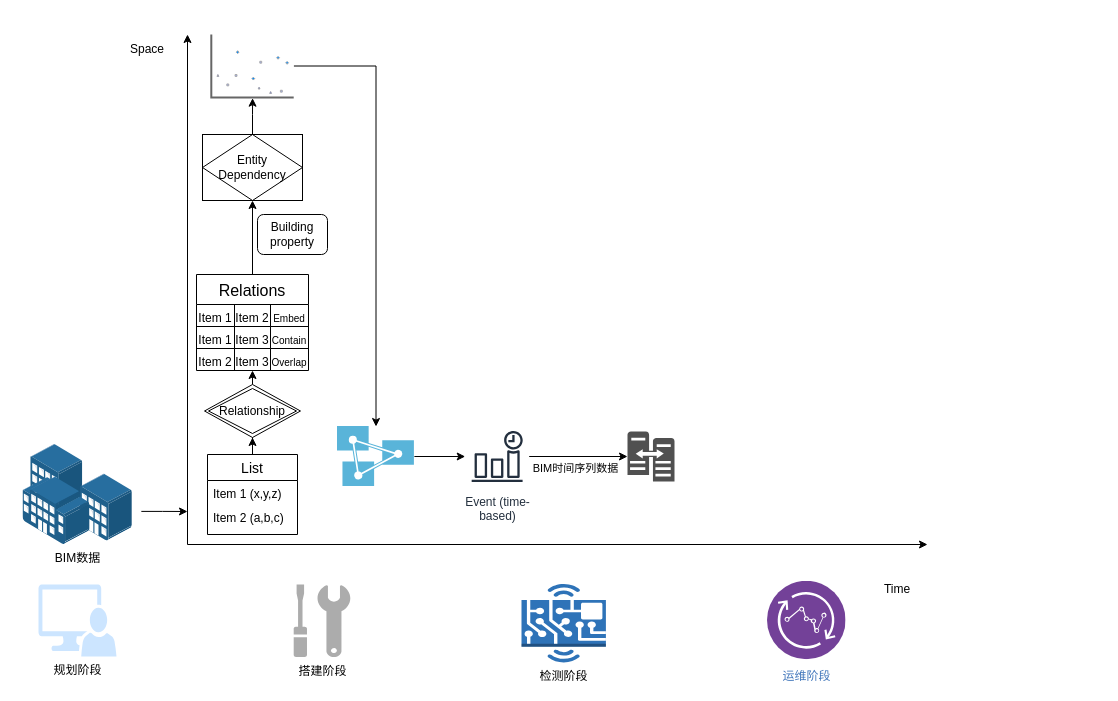
Earlier version of the draw.io diagram new.drawio (Student-WangZhengTao/LLM). Source tidied: cells renumbered, new cells numbered last; positions are measured from the earlier drawing's top-left corner, leaving out a move shared by most shapes. Both pictures are drawn from the tidied source at 100%, with x=0, y=0 at pixel (17, 34). Pictures stored in the file or linked from it are replaced by grey dashed boxes.
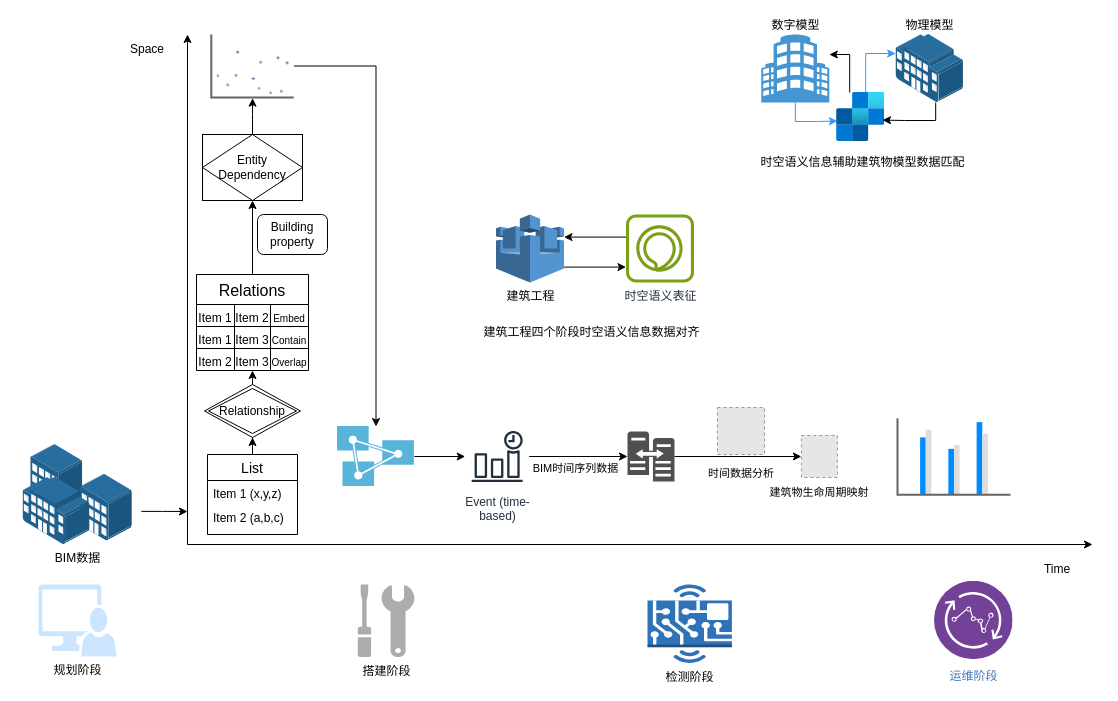
The same diagram, later.

Unchanged cells that the change refers to:
```xml
<mxCell id="38" style="sketch=0;shadow=0;dashed=0;html=1;strokeColor=none;labelPosition=center;verticalLabelPosition=bottom;verticalAlign=top;align=center;fillColor=#505050;shape=mxgraph.mscae.oms.server_width_changes;" parent="1" vertex="1">
  <mxGeometry x="610" y="397" width="47" height="50" as="geometry" />
</mxCell>
```

The edit, as a diff of the source:
```diff
@@
     <mxCell id="2" style="endArrow=classic;html=1;rounded=0;" parent="1" edge="1">
       <mxGeometry relative="1" as="geometry">
         <mxPoint x="170" y="510" as="sourcePoint" />
-        <mxPoint x="910" y="510" as="targetPoint" />
+        <mxPoint x="1075" y="510" as="targetPoint" />
       </mxGeometry>
     </mxCell>
@@
     <mxCell id="27" value="Time" style="text;html=1;align=center;verticalAlign=middle;whiteSpace=wrap;rounded=0;" parent="1" vertex="1">
-      <mxGeometry x="850" y="540" width="60" height="30" as="geometry" />
+      <mxGeometry x="1010" y="520" width="60" height="30" as="geometry" />
     </mxCell>
@@
     <mxCell id="33" value="搭建阶段" style="sketch=0;shadow=0;dashed=0;html=1;strokeColor=none;labelPosition=center;verticalLabelPosition=bottom;verticalAlign=top;align=center;fillColor=#acacac;shape=mxgraph.mscae.enterprise.maintenance;" parent="1" vertex="1">
-      <mxGeometry x="276.2" y="550" width="56.6" height="72.6" as="geometry" />
+      <mxGeometry x="340.3" y="550" width="56.6" height="72.6" as="geometry" />
     </mxCell>
     <mxCell id="34" value="检测阶段" style="dashed=0;verticalLabelPosition=bottom;verticalAlign=top;align=center;html=1;shape=mxgraph.aws3.hardware_board;fillColor=#2e73b8;gradientColor=none;" parent="1" vertex="1">
-      <mxGeometry x="504" y="549.4" width="84.4" height="78.5" as="geometry" />
+      <mxGeometry x="630" y="550" width="84.4" height="78.5" as="geometry" />
     </mxCell>
     <mxCell id="35" value="运维阶段" style="image;perimeter=ellipsePerimeter;html=1;align=center;shadow=0;dashed=0;fontColor=#4277BB;labelBackgroundColor=default;fontSize=12;spacingTop=3;image=img/lib/ibm/analytics/streaming_computing.svg;" parent="1" vertex="1">
-      <mxGeometry x="750" y="546.7" width="78.5" height="78.5" as="geometry" />
+      <mxGeometry x="917" y="546.7" width="78.5" height="78.5" as="geometry" />
     </mxCell>
@@
+    <mxCell id="43" style="edgeStyle=orthogonalEdgeStyle;rounded=0;jettySize=auto;html=1;entryX=0;entryY=0.5;entryDx=0;entryDy=0;" parent="1" edge="1" source="38" target="44">
+      <mxGeometry relative="1" as="geometry" />
+    </mxCell>
@@
+    <mxCell id="44" style="fillColor=#E6E6E6;strokeColor=#999999;dashed=1;html=1;verticalAlign=top;labelPosition=center;verticalLabelPosition=bottom;align=center;spacingTop=-6;fontSize=11;fontStyle=1;fontColor=#999999;" parent="1" vertex="1">
+      <mxGeometry x="783.9" y="401" width="36" height="42" as="geometry" />
+    </mxCell>
+    <mxCell id="45" style="fillColor=#E6E6E6;strokeColor=#999999;dashed=1;html=1;verticalAlign=top;verticalLabelPosition=bottom;labelBackgroundColor=#ffffff;" parent="1" vertex="1">
+      <mxGeometry x="700" y="373" width="47" height="47" as="geometry" />
+    </mxCell>
+    <mxCell id="46" value="&lt;span style=&quot;font-size: 11px; text-wrap-mode: nowrap; background-color: rgb(255, 255, 255);&quot;&gt;时间数据分析&lt;/span&gt;" style="text;html=1;align=center;verticalAlign=middle;whiteSpace=wrap;rounded=0;" parent="1" vertex="1">
+      <mxGeometry x="693.5" y="424" width="60" height="30" as="geometry" />
+    </mxCell>
+    <mxCell id="47" value="&lt;span style=&quot;font-size: 11px; text-wrap-mode: nowrap; background-color: rgb(255, 255, 255);&quot;&gt;建筑物生命周期映射&lt;/span&gt;" style="text;html=1;align=center;verticalAlign=middle;whiteSpace=wrap;rounded=0;" parent="1" vertex="1">
+      <mxGeometry x="771.9" y="443" width="60" height="30" as="geometry" />
+    </mxCell>
+    <mxCell id="48" style="verticalLabelPosition=bottom;shadow=0;dashed=0;align=center;html=1;verticalAlign=top;strokeWidth=1;shape=mxgraph.mockup.graphics.columnChart;strokeColor=none;strokeColor2=none;strokeColor3=#666666;fillColor2=#008cff;fillColor3=#dddddd;" parent="1" vertex="1">
+      <mxGeometry x="880" y="383.8" width="113" height="76.4" as="geometry" />
+    </mxCell>
+    <mxCell id="49" style="edgeStyle=orthogonalEdgeStyle;rounded=0;jettySize=auto;html=1;" parent="1" edge="1" source="50" target="52">
+      <mxGeometry relative="1" as="geometry">
+        <Array as="points">
+          <mxPoint x="578.5" y="232.6" />
+          <mxPoint x="578.5" y="232.6" />
+        </Array>
+      </mxGeometry>
+    </mxCell>
+    <mxCell id="50" value="建筑工程" style="outlineConnect=0;dashed=0;verticalLabelPosition=bottom;verticalAlign=top;align=center;html=1;shape=mxgraph.aws3.aws_iot;fillColor=#5294CF;gradientColor=none;" parent="1" vertex="1">
+      <mxGeometry x="478.5" y="180" width="68" height="68" as="geometry" />
+    </mxCell>
+    <mxCell id="51" style="edgeStyle=orthogonalEdgeStyle;rounded=0;jettySize=auto;html=1;" parent="1" edge="1" source="52" target="50">
+      <mxGeometry relative="1" as="geometry">
+        <Array as="points">
+          <mxPoint x="578.5" y="202.6" />
+          <mxPoint x="578.5" y="202.6" />
+        </Array>
+      </mxGeometry>
+    </mxCell>
+    <mxCell id="52" value="时空语义表征" style="sketch=0;outlineConnect=0;fontColor=#232F3E;gradientColor=none;fillColor=#7AA116;strokeColor=none;dashed=0;verticalLabelPosition=bottom;verticalAlign=top;align=center;html=1;fontSize=12;fontStyle=0;shape=mxgraph.aws4.alexa_skill;" parent="1" vertex="1">
+      <mxGeometry x="608.5" y="180" width="68" height="68" as="geometry" />
+    </mxCell>
+    <mxCell id="53" value="建筑工程四个阶段时空语义信息数据对齐" style="text;html=1;align=center;verticalAlign=middle;strokeColor=none;fillColor=none;" parent="1" vertex="1">
+      <mxGeometry x="453.5" y="282.6" width="240" height="30" as="geometry" />
+    </mxCell>
+    <mxCell id="54" value="数字模型" style="shadow=0;dashed=0;html=1;strokeColor=none;fillColor=#4495D1;labelPosition=center;verticalLabelPosition=top;verticalAlign=bottom;align=center;outlineConnect=0;shape=mxgraph.veeam.building;" parent="1" vertex="1">
+      <mxGeometry x="743.8" width="68" height="68" as="geometry" />
+    </mxCell>
+    <mxCell id="55" value="物理模型" style="image;points=[];html=1;align=center;shadow=0;dashed=0;image=img/lib/allied_telesis/buildings/Large_Building.svg;labelPosition=center;verticalLabelPosition=top;verticalAlign=bottom;" parent="1" vertex="1">
+      <mxGeometry x="878.2" width="68" height="68" as="geometry" />
+    </mxCell>
+    <mxCell id="56" style="image;html=1;points=[];align=center;fontSize=12;image=img/lib/azure2/integration/SendGrid_Accounts.svg;" parent="1" vertex="1">
+      <mxGeometry x="819.1" y="58" width="48.1" height="49" as="geometry" />
+    </mxCell>
+    <mxCell id="57" style="edgeStyle=orthogonalEdgeStyle;rounded=0;jettySize=auto;html=1;entryX=0.018;entryY=0.582;entryDx=0;entryDy=0;entryPerimeter=0;strokeColor=#3399FF;" parent="1" edge="1" source="54" target="56">
+      <mxGeometry relative="1" as="geometry">
+        <Array as="points">
+          <mxPoint x="778.2" y="87" />
+          <mxPoint x="799.2" y="87" />
+        </Array>
+      </mxGeometry>
+    </mxCell>
+    <mxCell id="58" style="edgeStyle=orthogonalEdgeStyle;rounded=0;jettySize=auto;html=1;strokeColor=#3399ff;" parent="1" edge="1" source="56" target="55">
+      <mxGeometry relative="1" as="geometry">
+        <Array as="points">
+          <mxPoint x="848.2" y="19" />
+        </Array>
+      </mxGeometry>
+    </mxCell>
+    <mxCell id="59" style="edgeStyle=orthogonalEdgeStyle;rounded=0;jettySize=auto;html=1;entryX=0.954;entryY=0.563;entryDx=0;entryDy=0;entryPerimeter=0;" parent="1" edge="1" source="55" target="56">
+      <mxGeometry relative="1" as="geometry">
+        <Array as="points">
+          <mxPoint x="918.2" y="86" />
+          <mxPoint x="887.2" y="86" />
+        </Array>
+      </mxGeometry>
+    </mxCell>
+    <mxCell id="60" style="edgeStyle=orthogonalEdgeStyle;rounded=0;jettySize=auto;html=1;" parent="1" edge="1" source="56" target="54">
+      <mxGeometry relative="1" as="geometry">
+        <Array as="points">
+          <mxPoint x="832.2" y="20" />
+        </Array>
+      </mxGeometry>
+    </mxCell>
+    <mxCell id="61" value="时空语义信息辅助建筑物模型数据匹配" style="text;html=1;align=center;verticalAlign=middle;strokeColor=none;fillColor=none;" parent="1" vertex="1">
+      <mxGeometry x="730" y="113" width="230" height="30" as="geometry" />
+    </mxCell>
```
